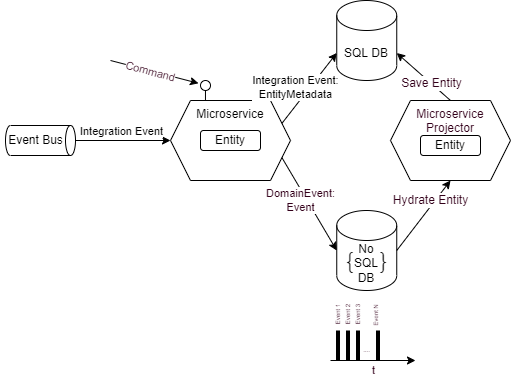
The draw.io diagram Documents/Architectures/hospitalcontext.drawio.png in cesarmoralesonya/OssPerformanceInstitute, before a commit. Source tidied: cells renumbered, new cells last; positions are measured from the earlier drawing's top-left corner, leaving out a move shared by most shapes. The source it was exported from:
```xml
<mxGraphModel background="#FFFFFF">
  <root>
    <mxCell id="0" />
    <mxCell id="1" parent="0" />
    <mxCell id="2" style="group;" parent="1" vertex="1">
      <mxGeometry width="510" height="380" as="geometry" />
    </mxCell>
    <mxCell id="3" value="Microservice Projector" style="shape=hexagon;perimeter=hexagonPerimeter2;whiteSpace=wrap;html=1;fixedSize=1;labelBackgroundColor=none;fontFamily=Helvetica;fontSize=12;fontColor=#33001A;verticalAlign=top;" parent="2" vertex="1">
      <mxGeometry x="390" y="100" width="120" height="80" as="geometry" />
    </mxCell>
    <mxCell id="4" value="SQL DB" style="shape=cylinder3;whiteSpace=wrap;html=1;boundedLbl=1;backgroundOutline=1;size=15;" parent="2" vertex="1">
      <mxGeometry x="336.2" width="60" height="80" as="geometry" />
    </mxCell>
    <mxCell id="5" style="edgeStyle=none;html=1;exitX=0.5;exitY=0;exitDx=0;exitDy=0;entryX=1;entryY=0;entryDx=0;entryDy=52.5;entryPerimeter=0;fontFamily=Helvetica;fontSize=12;fontColor=#33001A;" parent="2" edge="1" source="3" target="4">
      <mxGeometry relative="1" as="geometry" />
    </mxCell>
    <mxCell id="6" value="Save Entity" style="edgeLabel;html=1;align=center;verticalAlign=middle;fontSize=12;fontFamily=Helvetica;fontColor=#33001A;" parent="5" vertex="1">
      <mxGeometry x="-0.27" relative="1" as="geometry" />
    </mxCell>
    <mxCell id="7" style="endArrow=none;html=1;fontFamily=Courier New;fontSize=28;fontColor=#33001A;" parent="2" edge="1">
      <mxGeometry relative="1" as="geometry">
        <mxPoint x="205" y="100" as="sourcePoint" />
        <mxPoint x="205" y="90" as="targetPoint" />
      </mxGeometry>
    </mxCell>
    <mxCell id="8" style="ellipse;fillColor=#ffffff;strokeColor=#000000;labelBackgroundColor=#33001A;fontFamily=Courier New;fontSize=33;fontColor=#33001A;" parent="2" vertex="1">
      <mxGeometry x="200" y="80" width="10" height="10" as="geometry" />
    </mxCell>
    <mxCell id="9" style="endArrow=classic;html=1;fontFamily=Courier New;fontSize=33;fontColor=#33001A;entryX=-0.2;entryY=0.28;entryDx=0;entryDy=0;entryPerimeter=0;" parent="2" edge="1" target="8">
      <mxGeometry relative="1" as="geometry">
        <mxPoint x="110" y="60" as="sourcePoint" />
      </mxGeometry>
    </mxCell>
    <mxCell id="10" value="Command" style="edgeLabel;html=1;align=center;verticalAlign=middle;fontSize=11;fontFamily=Helvetica;fontColor=#33001A;rotation=15;" parent="9" vertex="1">
      <mxGeometry x="-0.28" y="-1" relative="1" as="geometry">
        <mxPoint x="8" y="1" as="offset" />
      </mxGeometry>
    </mxCell>
    <mxCell id="11" style="group;" parent="2" vertex="1">
      <mxGeometry y="125" width="75" height="30" as="geometry" />
    </mxCell>
    <mxCell id="12" style="shape=cylinder3;whiteSpace=wrap;html=1;boundedLbl=1;backgroundOutline=1;size=5;rotation=90;" parent="11" vertex="1">
      <mxGeometry x="25" y="-20" width="30" height="70" as="geometry" />
    </mxCell>
    <mxCell id="13" value="Event Bus" style="text;html=1;align=center;verticalAlign=middle;strokeColor=none;fillColor=none;" parent="11" vertex="1">
      <mxGeometry y="5" width="70" height="20" as="geometry" />
    </mxCell>
    <mxCell id="14" style="group;" parent="2" vertex="1">
      <mxGeometry x="330" y="210" width="85" height="170" as="geometry" />
    </mxCell>
    <mxCell id="15" value="No&lt;br&gt;SQL&lt;br&gt;DB" style="shape=cylinder3;whiteSpace=wrap;html=1;boundedLbl=1;backgroundOutline=1;size=15;" parent="14" vertex="1">
      <mxGeometry x="6.2" width="60" height="80" as="geometry" />
    </mxCell>
    <mxCell id="16" style="endArrow=classic;html=1;fontFamily=Helvetica;fontSize=11;fontColor=#33001A;" parent="14" edge="1">
      <mxGeometry relative="1" as="geometry">
        <mxPoint y="150" as="sourcePoint" />
        <mxPoint x="85" y="150" as="targetPoint" />
      </mxGeometry>
    </mxCell>
    <mxCell id="17" value="t" style="text;html=1;align=center;verticalAlign=middle;strokeColor=none;fillColor=none;fontSize=11;fontFamily=Helvetica;fontColor=#33001A;" parent="14" vertex="1">
      <mxGeometry x="32.5" y="150" width="20" height="20" as="geometry" />
    </mxCell>
    <mxCell id="18" style="line;strokeWidth=4;html=1;perimeter=backbonePerimeter;labelBackgroundColor=none;fontFamily=Helvetica;fontSize=11;fontColor=#33001A;rotation=-90;" parent="14" vertex="1">
      <mxGeometry x="-7.5" y="130" width="30" height="10" as="geometry" />
    </mxCell>
    <mxCell id="19" style="line;strokeWidth=4;html=1;perimeter=backbonePerimeter;labelBackgroundColor=none;fontFamily=Helvetica;fontSize=11;fontColor=#33001A;rotation=-90;" parent="14" vertex="1">
      <mxGeometry x="2.5" y="130" width="30" height="10" as="geometry" />
    </mxCell>
    <mxCell id="20" style="line;strokeWidth=4;html=1;perimeter=backbonePerimeter;labelBackgroundColor=none;fontFamily=Helvetica;fontSize=11;fontColor=#33001A;rotation=-90;" parent="14" vertex="1">
      <mxGeometry x="12.5" y="130" width="30" height="10" as="geometry" />
    </mxCell>
    <mxCell id="21" style="line;strokeWidth=4;html=1;perimeter=backbonePerimeter;labelBackgroundColor=none;fontFamily=Helvetica;fontSize=11;fontColor=#33001A;rotation=-90;" parent="14" vertex="1">
      <mxGeometry x="32.5" y="130" width="30" height="10" as="geometry" />
    </mxCell>
    <mxCell id="22" value="Event 1" style="text;html=1;align=center;verticalAlign=middle;strokeColor=none;fillColor=none;fontSize=6;fontFamily=Helvetica;fontColor=#33001A;rotation=-90;" parent="14" vertex="1">
      <mxGeometry x="-12.5" y="100" width="40" height="10" as="geometry" />
    </mxCell>
    <mxCell id="23" value="Event 2" style="text;html=1;align=center;verticalAlign=middle;strokeColor=none;fillColor=none;fontSize=6;fontFamily=Helvetica;fontColor=#33001A;rotation=-90;" parent="14" vertex="1">
      <mxGeometry x="-2.5" y="100" width="40" height="10" as="geometry" />
    </mxCell>
    <mxCell id="24" value="Event 3" style="text;html=1;align=center;verticalAlign=middle;strokeColor=none;fillColor=none;fontSize=6;fontFamily=Helvetica;fontColor=#33001A;rotation=-90;" parent="14" vertex="1">
      <mxGeometry x="7.5" y="100" width="40" height="10" as="geometry" />
    </mxCell>
    <mxCell id="25" value="Event N" style="text;html=1;align=center;verticalAlign=middle;strokeColor=none;fillColor=none;fontSize=6;fontFamily=Helvetica;fontColor=#33001A;rotation=-90;" parent="14" vertex="1">
      <mxGeometry x="26.2" y="100" width="40" height="10" as="geometry" />
    </mxCell>
    <mxCell id="26" value="...." style="text;html=1;align=center;verticalAlign=middle;strokeColor=none;fillColor=none;fontSize=6;fontFamily=Helvetica;fontColor=#33001A;" parent="14" vertex="1">
      <mxGeometry x="26.2" y="135" width="20" height="10" as="geometry" />
    </mxCell>
    <mxCell id="27" value="&lt;font style=&quot;font-size: 28px;&quot; face=&quot;Courier New&quot;&gt;{ }&lt;/font&gt;" style="text;html=1;align=center;verticalAlign=middle;strokeColor=none;fillColor=none;fontSize=28;" parent="14" vertex="1">
      <mxGeometry x="1.2" y="30" width="70" height="40" as="geometry" />
    </mxCell>
    <mxCell id="28" style="group;html=1;" parent="2" vertex="1">
      <mxGeometry x="390" y="100" width="120" height="80" as="geometry" />
    </mxCell>
    <mxCell id="29" value="Entity" style="rounded=1;whiteSpace=wrap;html=1;" parent="28" vertex="1">
      <mxGeometry x="30" y="35" width="60" height="20" as="geometry" />
    </mxCell>
    <mxCell id="30" style="group;" parent="2" vertex="1">
      <mxGeometry x="170" y="100" width="120" height="80" as="geometry" />
    </mxCell>
    <mxCell id="31" value="Microservice" style="shape=hexagon;perimeter=hexagonPerimeter2;whiteSpace=wrap;html=1;fixedSize=1;verticalAlign=top;" parent="30" vertex="1">
      <mxGeometry width="120" height="80" as="geometry" />
    </mxCell>
    <mxCell id="32" value="Entity" style="rounded=1;whiteSpace=wrap;html=1;" parent="30" vertex="1">
      <mxGeometry x="30" y="30" width="60" height="20" as="geometry" />
    </mxCell>
    <mxCell id="33" style="edgeStyle=none;html=1;exitX=1;exitY=0.25;exitDx=0;exitDy=0;entryX=0;entryY=0;entryDx=0;entryDy=52.5;entryPerimeter=0;" parent="2" edge="1" source="31" target="4">
      <mxGeometry relative="1" as="geometry" />
    </mxCell>
    <mxCell id="34" value="Integration Event:&lt;br&gt;EntityMetadata" style="edgeLabel;html=1;align=center;verticalAlign=middle;" parent="33" vertex="1">
      <mxGeometry x="-0.35" y="3" relative="1" as="geometry">
        <mxPoint x="-2" y="-12" as="offset" />
      </mxGeometry>
    </mxCell>
    <mxCell id="35" style="edgeStyle=none;html=1;entryX=0;entryY=0.5;entryDx=0;entryDy=0;" parent="2" edge="1" source="12" target="31">
      <mxGeometry relative="1" as="geometry" />
    </mxCell>
    <mxCell id="36" value="Integration Event" style="edgeLabel;html=1;align=center;verticalAlign=middle;" parent="35" vertex="1">
      <mxGeometry x="-0.37" y="-1" relative="1" as="geometry">
        <mxPoint x="15" y="-11" as="offset" />
      </mxGeometry>
    </mxCell>
    <mxCell id="37" style="edgeStyle=none;html=1;exitX=1;exitY=0.75;exitDx=0;exitDy=0;entryX=0;entryY=0.5;entryDx=0;entryDy=0;entryPerimeter=0;fontFamily=Helvetica;fontSize=11;fontColor=#33001A;" parent="2" edge="1" source="31" target="15">
      <mxGeometry relative="1" as="geometry" />
    </mxCell>
    <mxCell id="38" value="DomainEvent:&lt;br&gt;Event" style="edgeLabel;html=1;align=center;verticalAlign=middle;fontSize=11;fontFamily=Helvetica;fontColor=#33001A;" parent="37" vertex="1">
      <mxGeometry x="-0.22" y="1" relative="1" as="geometry">
        <mxPoint x="-4" y="7" as="offset" />
      </mxGeometry>
    </mxCell>
    <mxCell id="39" style="edgeStyle=none;html=1;exitX=1;exitY=0.5;exitDx=0;exitDy=0;exitPerimeter=0;fontFamily=Helvetica;fontSize=12;fontColor=#33001A;" parent="2" edge="1" source="15">
      <mxGeometry relative="1" as="geometry">
        <mxPoint x="450" y="180" as="targetPoint" />
      </mxGeometry>
    </mxCell>
    <mxCell id="40" value="Hydrate Entity" style="edgeLabel;html=1;align=center;verticalAlign=middle;fontSize=12;fontFamily=Helvetica;fontColor=#33001A;" parent="39" vertex="1">
      <mxGeometry x="0.17" relative="1" as="geometry">
        <mxPoint x="2" y="-9" as="offset" />
      </mxGeometry>
    </mxCell>
  </root>
</mxGraphModel>
```
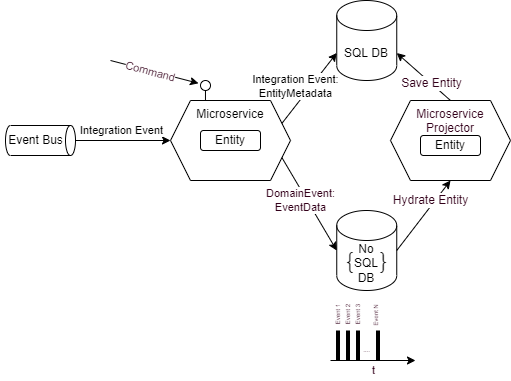
Above is the later version.

What changed in the source:
```diff
@@ -124,7 +124,7 @@
     <mxCell id="37" style="edgeStyle=none;html=1;exitX=1;exitY=0.75;exitDx=0;exitDy=0;entryX=0;entryY=0.5;entryDx=0;entryDy=0;entryPerimeter=0;fontFamily=Helvetica;fontSize=11;fontColor=#33001A;" parent="2" edge="1" source="31" target="15">
       <mxGeometry relative="1" as="geometry" />
     </mxCell>
-    <mxCell id="38" value="DomainEvent:&lt;br&gt;Event" style="edgeLabel;html=1;align=center;verticalAlign=middle;fontSize=11;fontFamily=Helvetica;fontColor=#33001A;" parent="37" vertex="1">
+    <mxCell id="38" value="DomainEvent:&lt;br&gt;EventData" style="edgeLabel;html=1;align=center;verticalAlign=middle;fontSize=11;fontFamily=Helvetica;fontColor=#33001A;" parent="37" vertex="1">
       <mxGeometry x="-0.22" y="1" relative="1" as="geometry">
         <mxPoint x="-4" y="7" as="offset" />
       </mxGeometry>
```
